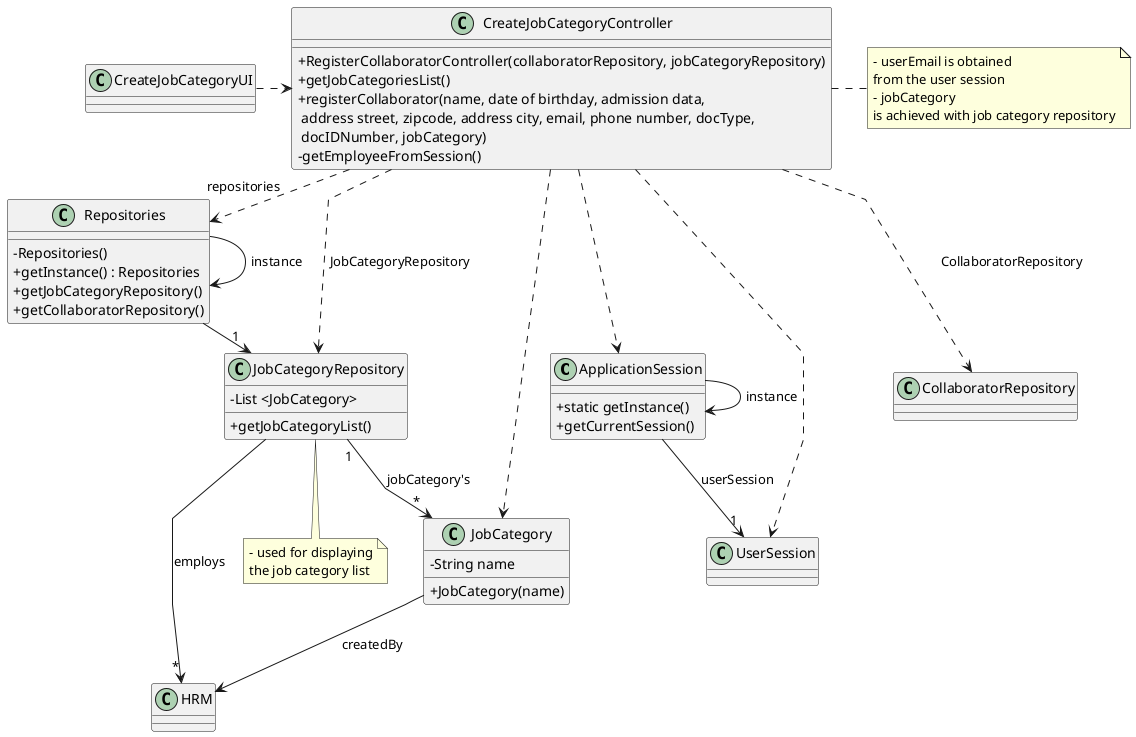
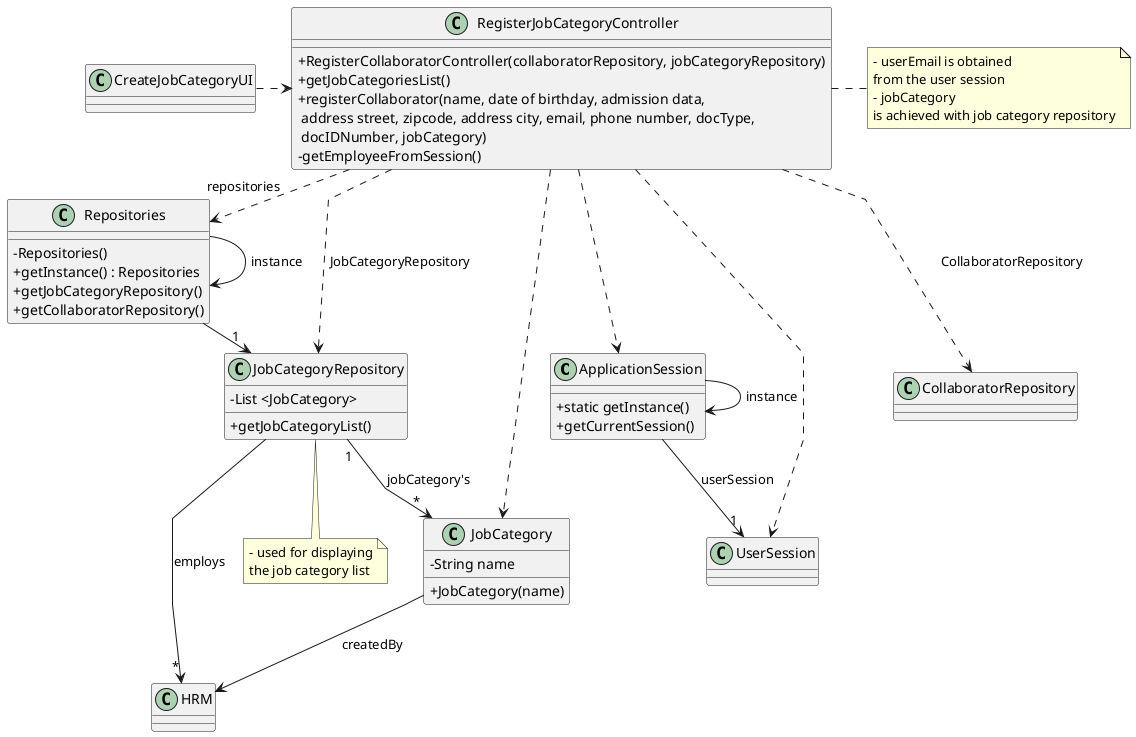
@startuml
'skinparam monochrome true
skinparam packageStyle rectangle
skinparam shadowing false
skinparam linetype polyline
'skinparam linetype orto

skinparam classAttributeIconSize 0

'left to right direction

class ApplicationSession{
    + static getInstance()
    + getCurrentSession()
}

class UserSession{
}

class HRM {
}

class JobCategory {
    - String name
    + JobCategory(name)
}



class JobCategoryRepository {
    - List <JobCategory>
    + getJobCategoryList()
}


class Repositories {
    - Repositories()
    + getInstance() : Repositories
    + getJobCategoryRepository()
    + getCollaboratorRepository()
}

- class CreateJobCategoryController{
+ class RegisterJobCategoryController{
    + RegisterCollaboratorController(collaboratorRepository, jobCategoryRepository)
    + getJobCategoriesList()
    + registerCollaborator(name, date of birthday, admission data,\n address street, zipcode, address city, email, phone number, docType,\n docIDNumber, jobCategory)
    - getEmployeeFromSession()
}

- note right of CreateJobCategoryController
+ note right of RegisterJobCategoryController
    - userEmail is obtained
    from the user session
    - jobCategory
    is achieved with job category repository
end note

note bottom of JobCategoryRepository
    - used for displaying
    the job category list
end note

class CreateJobCategoryUI {
}

Repositories -> Repositories : instance
ApplicationSession -> ApplicationSession : instance

- CreateJobCategoryUI .> CreateJobCategoryController
+ CreateJobCategoryUI .> RegisterJobCategoryController

- CreateJobCategoryController .> Repositories : repositories
+ RegisterJobCategoryController .> Repositories : repositories

Repositories -> "1" JobCategoryRepository
- 
- CreateJobCategoryController ..> JobCategory
- CreateJobCategoryController ..> CollaboratorRepository : CollaboratorRepository
- CreateJobCategoryController ..> JobCategoryRepository : JobCategoryRepository
+ RegisterJobCategoryController ..> JobCategory
+ RegisterJobCategoryController ..> CollaboratorRepository : CollaboratorRepository
+ RegisterJobCategoryController ..> JobCategoryRepository : JobCategoryRepository


ApplicationSession --> "1" UserSession : userSession

- CreateJobCategoryController ..> ApplicationSession
- CreateJobCategoryController ..> UserSession
+ RegisterJobCategoryController ..> ApplicationSession
+ RegisterJobCategoryController ..> UserSession

JobCategoryRepository "1" --> "*" JobCategory : jobCategory's

JobCategory --> HRM : createdBy

JobCategoryRepository --> "*" HRM : employs

@enduml